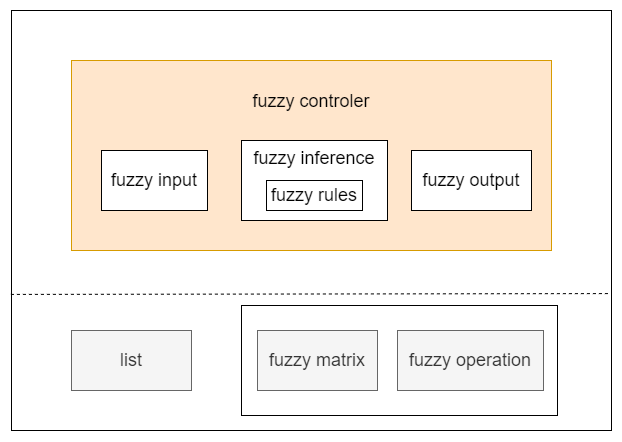
Before: img/算法核心框架.png, a diagram exported from draw.io (nayooooo/FuzzyControl). Source tidied: cells renumbered, new cells last; positions are measured from the earlier drawing's top-left corner, leaving out a move shared by most shapes.
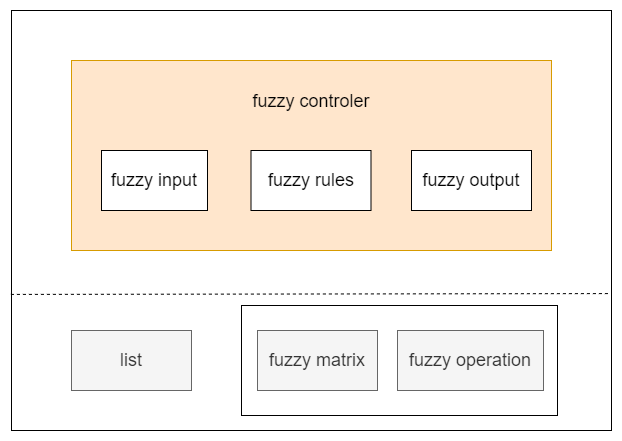
The same file after the commit.

What changed in the source:
```diff
@@ -26,14 +26,11 @@
     <mxCell id="9" value="fuzzy input" style="rounded=0;whiteSpace=wrap;html=1;fontSize=18;" parent="1" vertex="1">
       <mxGeometry x="90" y="140" width="106" height="60" as="geometry" />
     </mxCell>
-    <mxCell id="10" value="fuzzy inference&lt;br&gt;&lt;br&gt;&lt;br&gt;" style="rounded=0;whiteSpace=wrap;html=1;fontSize=18;" parent="1" vertex="1">
-      <mxGeometry x="230" y="130" width="146" height="80" as="geometry" />
-    </mxCell>
     <mxCell id="11" value="fuzzy output" style="rounded=0;whiteSpace=wrap;html=1;fontSize=18;" parent="1" vertex="1">
       <mxGeometry x="400" y="140" width="120" height="60" as="geometry" />
     </mxCell>
     <mxCell id="12" value="fuzzy rules" style="rounded=0;whiteSpace=wrap;html=1;fontSize=18;" parent="1" vertex="1">
-      <mxGeometry x="255" y="170" width="96" height="30" as="geometry" />
+      <mxGeometry x="239.5" y="140" width="120" height="60" as="geometry" />
     </mxCell>
   </root>
 </mxGraphModel>
```
